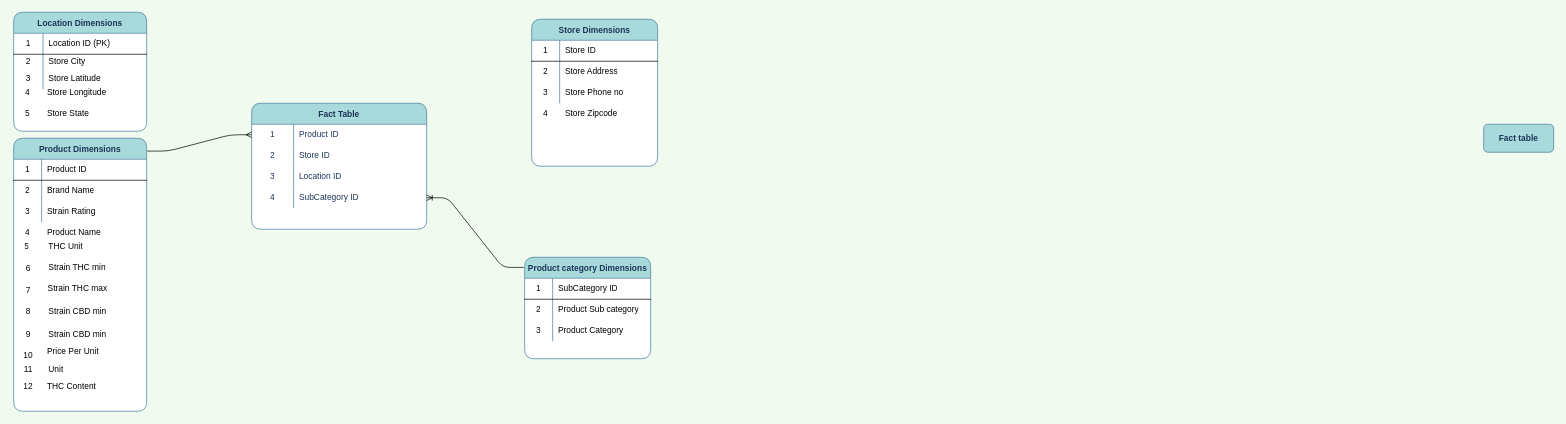
Earlier version of the draw.io diagram Star schema.drawio (shellys014/Leafly-weed). Source tidied: cells renumbered, new cells numbered last; positions are measured from the earlier drawing's top-left corner, leaving out a move shared by most shapes. Both pictures are drawn from the tidied source at 70%, with x=0, y=0 at pixel (12, 12).
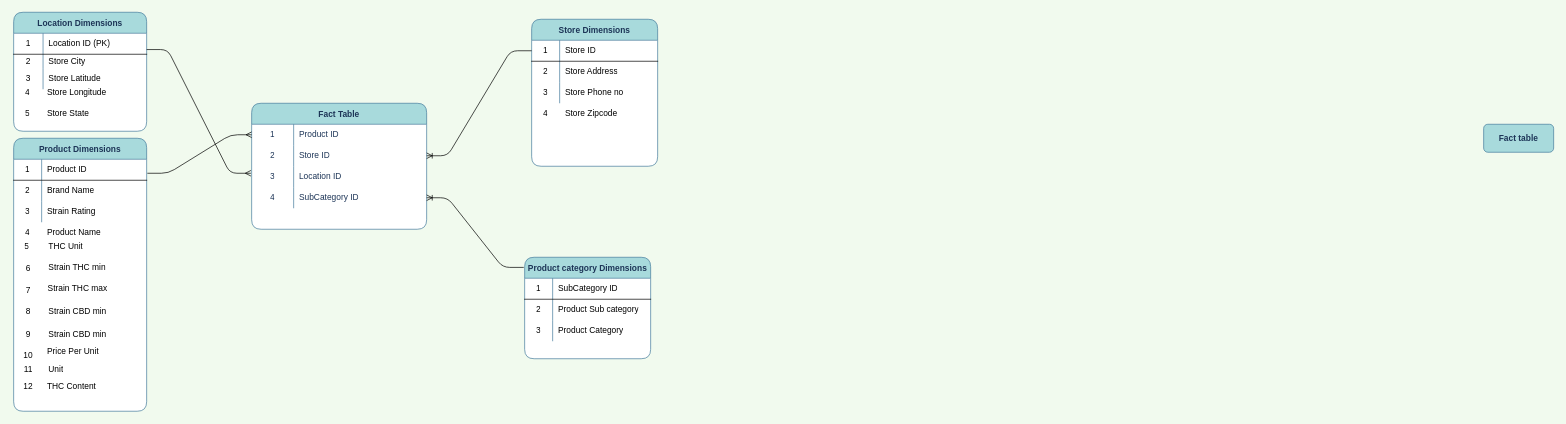
Above is the later version.

The change refers to these unchanged cells:
```xml
<mxCell id="4" style="shape=partialRectangle;html=1;whiteSpace=wrap;fillColor=none;top=0;left=0;bottom=0;right=0;points=[[0,0.5],[1,0.5]];portConstraint=eastwest;strokeColor=#457B9D;fontColor=#1D3557;rounded=1;" parent="3" vertex="1">
  <mxGeometry y="30" width="250" height="30" as="geometry" />
</mxCell>
<mxCell id="7" style="shape=partialRectangle;html=1;whiteSpace=wrap;fillColor=none;top=0;left=0;bottom=0;right=0;points=[[0,0.5],[1,0.5]];portConstraint=eastwest;strokeColor=#457B9D;fontColor=#1D3557;rounded=1;" parent="3" vertex="1">
  <mxGeometry y="60" width="250" height="30" as="geometry" />
</mxCell>
<mxCell id="26" value="Product Dimensions" style="shape=table;startSize=30;childLayout=tableLayout;rowLines=0;fontStyle=1;align=center;rounded=1;fontColor=#1D3557;strokeColor=#457B9D;fillColor=#A8DADC;swimlaneFillColor=#ffffff;" parent="1" vertex="1">
  <mxGeometry x="2" y="180" width="190" height="390" as="geometry" />
</mxCell>
<mxCell id="47" style="shape=partialRectangle;html=1;whiteSpace=wrap;fillColor=none;top=0;left=0;bottom=1;right=0;points=[[0,0.5],[1,0.5]];portConstraint=eastwest;" parent="46" vertex="1">
  <mxGeometry y="30" width="180" height="30" as="geometry" />
</mxCell>
```

Diff of the diagram source:
```diff
@@
-    <mxCell id="78" style="edgeStyle=entityRelationEdgeStyle;fontSize=12;html=1;endArrow=ERmany;exitX=1.004;exitY=0.047;exitDx=0;exitDy=0;exitPerimeter=0;" parent="1" edge="1" source="26" target="4">
-      <mxGeometry relative="1" as="geometry" />
+    <mxCell id="78" style="edgeStyle=entityRelationEdgeStyle;fontSize=12;html=1;endArrow=ERmany;" parent="1" edge="1" target="4">
+      <mxGeometry relative="1" as="geometry">
+        <mxPoint x="193" y="230" as="sourcePoint" />
+      </mxGeometry>
     </mxCell>
@@
+    <mxCell id="83" style="edgeStyle=entityRelationEdgeStyle;fontSize=12;html=1;endArrow=ERmany;exitX=1.004;exitY=0.047;exitDx=0;exitDy=0;exitPerimeter=0;" parent="1" edge="1">
+      <mxGeometry relative="1" as="geometry">
+        <mxPoint x="192" y="53.3" as="sourcePoint" />
+        <mxPoint x="341" y="230" as="targetPoint" />
+      </mxGeometry>
+    </mxCell>
+    <mxCell id="84" style="edgeStyle=entityRelationEdgeStyle;fontSize=12;html=1;endArrow=ERoneToMany;entryX=1;entryY=0.5;entryDx=0;entryDy=0;exitX=0;exitY=0.5;exitDx=0;exitDy=0;" parent="1" edge="1" source="47" target="7">
+      <mxGeometry relative="1" as="geometry" />
+    </mxCell>
```
